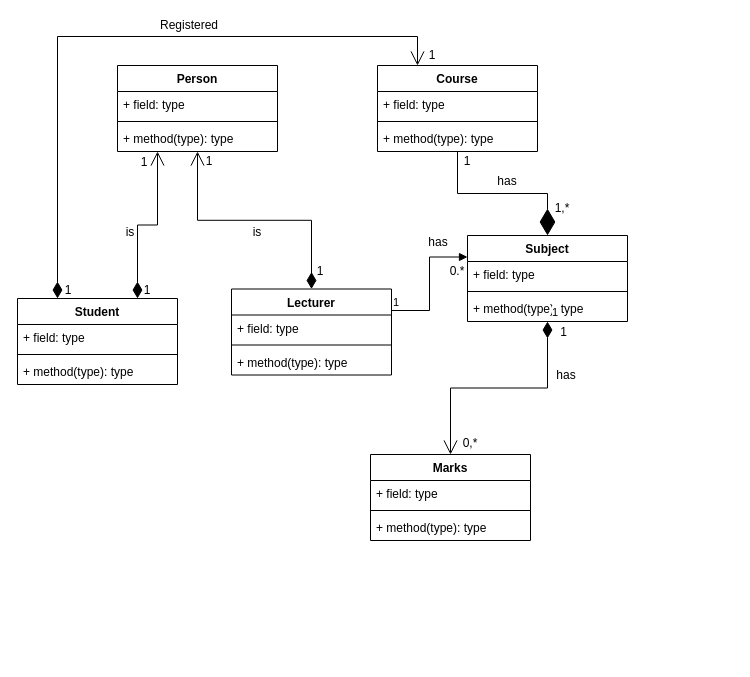
This is ADP_StudentPortal.drawio from LoganKalib/ADP-UML-project, a draw.io file, before an edit. Source tidied: cells renumbered, new cells numbered last; positions are measured from the earlier drawing's top-left corner, leaving out a move shared by most shapes. Both pictures are drawn from the tidied source at 100%, with x=0, y=0 at pixel (17, 17).
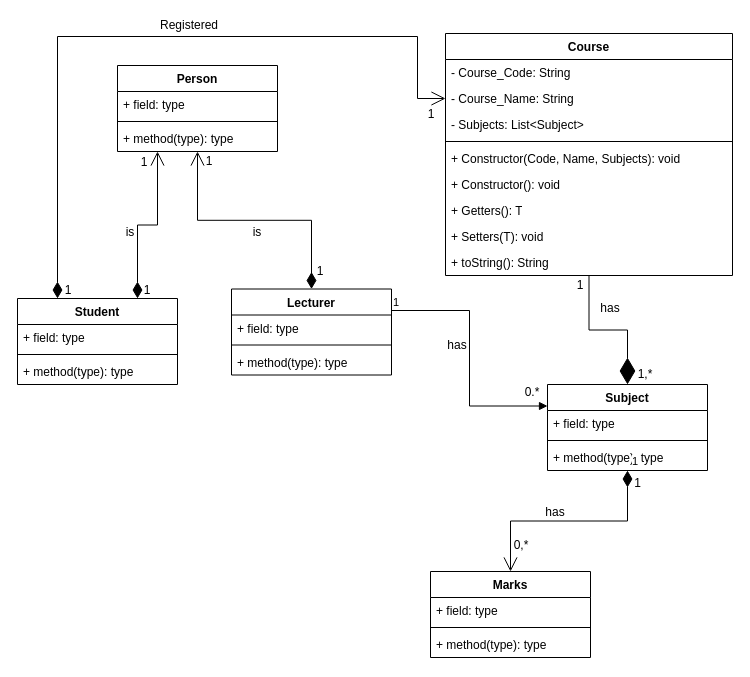
After the change.

The change refers to these unchanged cells:
```xml
<mxCell id="2" value="Student" style="swimlane;fontStyle=1;align=center;verticalAlign=top;horizontal=1;startSize=26;whiteSpace=wrap;html=1;" parent="1" vertex="1">
  <mxGeometry y="281" width="160" height="86" as="geometry" />
</mxCell>
```

The edit, as a diff of the source:
```diff
@@
     <mxCell id="10" value="Subject" style="swimlane;fontStyle=1;align=center;verticalAlign=top;horizontal=1;startSize=26;whiteSpace=wrap;html=1;" parent="1" vertex="1">
-      <mxGeometry x="450" y="218" width="160" height="86" as="geometry" />
+      <mxGeometry x="530" y="367" width="160" height="86" as="geometry" />
     </mxCell>
@@
     <mxCell id="14" value="Marks" style="swimlane;fontStyle=1;align=center;verticalAlign=top;horizontal=1;startSize=26;whiteSpace=wrap;html=1;" parent="1" vertex="1">
-      <mxGeometry x="353" y="437" width="160" height="86" as="geometry" />
+      <mxGeometry x="413" y="554" width="160" height="86" as="geometry" />
     </mxCell>
@@
     <mxCell id="22" value="Course" style="swimlane;fontStyle=1;align=center;verticalAlign=top;horizontal=1;startSize=26;whiteSpace=wrap;html=1;" parent="1" vertex="1">
-      <mxGeometry x="360" y="48" width="160" height="86" as="geometry" />
+      <mxGeometry x="428" y="16" width="287" height="242" as="geometry" />
     </mxCell>
-    <mxCell id="23" value="+ field: type" style="text;strokeColor=none;fillColor=none;align=left;verticalAlign=top;spacingLeft=4;spacingRight=4;overflow=hidden;whiteSpace=wrap;html=1;" parent="22" vertex="1">
-      <mxGeometry y="26" width="160" height="26" as="geometry" />
+    <mxCell id="23" value="- Course_Code: String" style="text;strokeColor=none;fillColor=none;align=left;verticalAlign=top;spacingLeft=4;spacingRight=4;overflow=hidden;whiteSpace=wrap;html=1;" parent="22" vertex="1">
+      <mxGeometry y="26" width="287" height="26" as="geometry" />
     </mxCell>
+    <mxCell id="50" value="- Course_Name: String" style="text;strokeColor=none;fillColor=none;align=left;verticalAlign=top;spacingLeft=4;spacingRight=4;overflow=hidden;points=[[0,0.5],[1,0.5]];portConstraint=eastwest;whiteSpace=wrap;html=1;" parent="22" vertex="1">
+      <mxGeometry y="52" width="287" height="26" as="geometry" />
+    </mxCell>
+    <mxCell id="51" value="- Subjects: List&amp;lt;Subject&amp;gt;" style="text;strokeColor=none;fillColor=none;align=left;verticalAlign=top;spacingLeft=4;spacingRight=4;overflow=hidden;whiteSpace=wrap;html=1;" parent="22" vertex="1">
+      <mxGeometry y="78" width="287" height="26" as="geometry" />
+    </mxCell>
     <mxCell id="24" style="line;strokeWidth=1;fillColor=none;align=left;verticalAlign=middle;spacingTop=-1;spacingLeft=3;spacingRight=3;labelPosition=right;strokeColor=inherit;" parent="22" vertex="1">
-      <mxGeometry y="52" width="160" height="8" as="geometry" />
+      <mxGeometry y="104" width="287" height="8" as="geometry" />
     </mxCell>
-    <mxCell id="25" value="+ method(type): type" style="text;strokeColor=none;fillColor=none;align=left;verticalAlign=top;spacingLeft=4;spacingRight=4;overflow=hidden;whiteSpace=wrap;html=1;" parent="22" vertex="1">
-      <mxGeometry y="60" width="160" height="26" as="geometry" />
+    <mxCell id="25" value="+ Constructor(Code, Name, Subjects): void" style="text;strokeColor=none;fillColor=none;align=left;verticalAlign=top;spacingLeft=4;spacingRight=4;overflow=hidden;whiteSpace=wrap;html=1;" parent="22" vertex="1">
+      <mxGeometry y="112" width="287" height="26" as="geometry" />
     </mxCell>
+    <mxCell id="52" value="+ Constructor(): void" style="text;strokeColor=none;fillColor=none;align=left;verticalAlign=top;spacingLeft=4;spacingRight=4;overflow=hidden;whiteSpace=wrap;html=1;" parent="22" vertex="1">
+      <mxGeometry y="138" width="287" height="26" as="geometry" />
+    </mxCell>
+    <mxCell id="53" value="+ Getters(): T" style="text;strokeColor=none;fillColor=none;align=left;verticalAlign=top;spacingLeft=4;spacingRight=4;overflow=hidden;whiteSpace=wrap;html=1;" parent="22" vertex="1">
+      <mxGeometry y="164" width="287" height="26" as="geometry" />
+    </mxCell>
+    <mxCell id="54" value="+ Setters(T): void" style="text;strokeColor=none;fillColor=none;align=left;verticalAlign=top;spacingLeft=4;spacingRight=4;overflow=hidden;whiteSpace=wrap;html=1;" parent="22" vertex="1">
+      <mxGeometry y="190" width="287" height="26" as="geometry" />
+    </mxCell>
+    <mxCell id="55" value="+ toString(): String" style="text;strokeColor=none;fillColor=none;align=left;verticalAlign=top;spacingLeft=4;spacingRight=4;overflow=hidden;whiteSpace=wrap;html=1;" parent="22" vertex="1">
+      <mxGeometry y="216" width="287" height="26" as="geometry" />
+    </mxCell>
@@
     <mxCell id="27" value="0.*" style="text;html=1;align=center;verticalAlign=middle;whiteSpace=wrap;rounded=0;" parent="1" vertex="1">
-      <mxGeometry x="430" y="244" width="20" height="20" as="geometry" />
+      <mxGeometry x="505" y="365" width="20" height="20" as="geometry" />
     </mxCell>
     <mxCell id="28" value="1" style="text;html=1;align=center;verticalAlign=middle;whiteSpace=wrap;rounded=0;" parent="1" vertex="1">
-      <mxGeometry x="430" y="134" width="40" height="20" as="geometry" />
+      <mxGeometry x="543" y="258" width="40" height="20" as="geometry" />
     </mxCell>
     <mxCell id="29" value="1,*" style="text;html=1;align=center;verticalAlign=middle;whiteSpace=wrap;rounded=0;" parent="1" vertex="1">
-      <mxGeometry x="530" y="181" width="30" height="20" as="geometry" />
+      <mxGeometry x="613" y="347" width="30" height="20" as="geometry" />
     </mxCell>
     <mxCell id="30" value="has" style="text;html=1;align=center;verticalAlign=middle;whiteSpace=wrap;rounded=0;" parent="1" vertex="1">
-      <mxGeometry x="470" y="154" width="40" height="20" as="geometry" />
+      <mxGeometry x="573" y="281" width="40" height="20" as="geometry" />
     </mxCell>
     <mxCell id="31" value="has" style="text;html=1;align=center;verticalAlign=middle;whiteSpace=wrap;rounded=0;" parent="1" vertex="1">
-      <mxGeometry x="530" y="349" width="38" height="18" as="geometry" />
+      <mxGeometry x="519" y="486" width="38" height="18" as="geometry" />
     </mxCell>
     <mxCell id="32" value="1" style="text;html=1;align=center;verticalAlign=middle;whiteSpace=wrap;rounded=0;" parent="1" vertex="1">
-      <mxGeometry x="533" y="305" width="27" height="19" as="geometry" />
+      <mxGeometry x="606.5" y="456" width="27" height="19" as="geometry" />
     </mxCell>
     <mxCell id="33" value="0,*" style="text;html=1;align=center;verticalAlign=middle;whiteSpace=wrap;rounded=0;" parent="1" vertex="1">
-      <mxGeometry x="436" y="415" width="34" height="22" as="geometry" />
+      <mxGeometry x="487" y="517" width="34" height="22" as="geometry" />
     </mxCell>
@@
-    <mxCell id="43" style="endArrow=open;html=1;endSize=12;startArrow=diamondThin;startSize=14;startFill=1;edgeStyle=orthogonalEdgeStyle;align=left;verticalAlign=bottom;rounded=0;entryX=0.25;entryY=0;entryDx=0;entryDy=0;exitX=0.25;exitY=0;exitDx=0;exitDy=0;" parent="1" edge="1" source="2" target="22">
+    <mxCell id="43" style="endArrow=open;html=1;endSize=12;startArrow=diamondThin;startSize=14;startFill=1;edgeStyle=orthogonalEdgeStyle;align=left;verticalAlign=bottom;rounded=0;entryX=0;entryY=0.5;entryDx=0;entryDy=0;exitX=0.25;exitY=0;exitDx=0;exitDy=0;" parent="1" edge="1" source="2" target="50">
       <mxGeometry x="-1" y="3" relative="1" as="geometry">
         <Array as="points">
           <mxPoint x="40" y="19" />
           <mxPoint x="400" y="19" />
+          <mxPoint x="400" y="81" />
         </Array>
       </mxGeometry>
     </mxCell>
@@
     <mxCell id="46" value="1" style="text;html=1;align=center;verticalAlign=middle;whiteSpace=wrap;rounded=0;" parent="1" vertex="1">
-      <mxGeometry x="405" y="29" width="20" height="17" as="geometry" />
+      <mxGeometry x="404" y="88" width="20" height="17" as="geometry" />
     </mxCell>
@@
     <mxCell id="49" value="has" style="text;html=1;align=center;verticalAlign=middle;whiteSpace=wrap;rounded=0;" parent="1" vertex="1">
-      <mxGeometry x="401" y="215" width="40" height="20" as="geometry" />
+      <mxGeometry x="420" y="318" width="40" height="20" as="geometry" />
     </mxCell>
```
